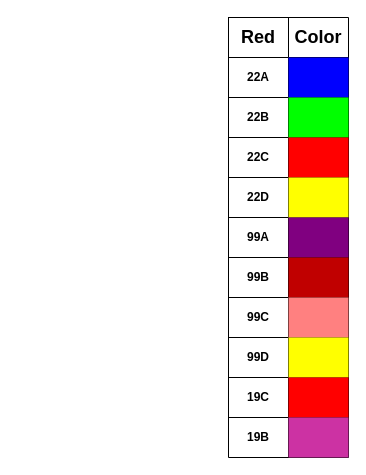
Above: Simbologia.drawio in williamm6891/Actividad_HV (draw.io), before the change. Source tidied: cells renumbered, new cells numbered last; positions are measured from the earlier drawing's top-left corner, leaving out a move shared by most shapes. Both pictures are drawn from the tidied source at 100%, with x=0, y=0 at pixel (228, 17).
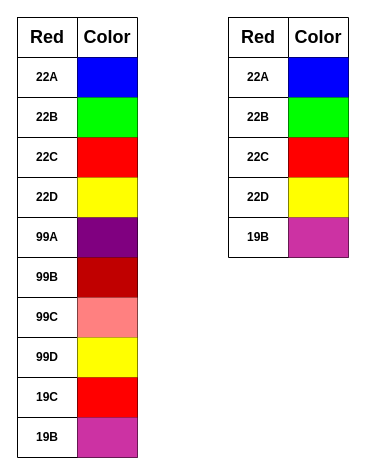
After the change.

Change to the diagram source:
```diff
@@
     <mxCell id="2" style="shape=table;startSize=0;childLayout=tableLayout;" parent="1" vertex="1">
-      <mxGeometry width="120" height="440" as="geometry" />
+      <mxGeometry width="120" height="240" as="geometry" />
     </mxCell>
@@
+    <mxCell id="33" style="shape=tableRow;horizontal=0;startSize=0;swimlaneHead=0;swimlaneBody=0;strokeColor=inherit;top=0;left=0;bottom=0;right=0;fillColor=none;" parent="2" vertex="1">
+      <mxGeometry y="200" width="120" height="40" as="geometry" />
+    </mxCell>
+    <mxCell id="34" value="&lt;b&gt;19B&lt;/b&gt;" style="shape=partialRectangle;html=1;whiteSpace=wrap;strokeColor=inherit;overflow=hidden;fillColor=none;top=0;left=0;bottom=0;right=0;" parent="33" vertex="1">
+      <mxGeometry width="60" height="40" as="geometry" />
+    </mxCell>
+    <mxCell id="35" style="shape=partialRectangle;html=1;whiteSpace=wrap;strokeColor=inherit;overflow=hidden;fillColor=#cc32a3;top=0;left=0;bottom=0;right=0;" parent="33" vertex="1">
+      <mxGeometry x="60" width="60" height="40" as="geometry" />
+    </mxCell>
+    <mxCell id="36" style="shape=table;startSize=0;childLayout=tableLayout;" parent="1" vertex="1">
+      <mxGeometry x="-211" width="120" height="440" as="geometry" />
+    </mxCell>
+    <mxCell id="37" style="shape=tableRow;horizontal=0;startSize=0;swimlaneHead=0;swimlaneBody=0;strokeColor=inherit;top=0;left=0;bottom=0;right=0;fillColor=none;" parent="36" vertex="1">
+      <mxGeometry width="120" height="40" as="geometry" />
+    </mxCell>
+    <mxCell id="38" value="&lt;font style=&quot;font-size: 18px;&quot;&gt;&lt;b&gt;Red&lt;/b&gt;&lt;/font&gt;" style="shape=partialRectangle;html=1;whiteSpace=wrap;strokeColor=inherit;overflow=hidden;fillColor=none;top=0;left=0;bottom=0;right=0;" parent="37" vertex="1">
+      <mxGeometry width="60" height="40" as="geometry" />
+    </mxCell>
+    <mxCell id="39" value="&lt;b&gt;&lt;font style=&quot;font-size: 18px;&quot;&gt;Color&lt;/font&gt;&lt;/b&gt;" style="shape=partialRectangle;html=1;whiteSpace=wrap;strokeColor=inherit;overflow=hidden;fillColor=none;top=0;left=0;bottom=0;right=0;" parent="37" vertex="1">
+      <mxGeometry x="60" width="60" height="40" as="geometry" />
+    </mxCell>
+    <mxCell id="40" style="shape=tableRow;horizontal=0;startSize=0;swimlaneHead=0;swimlaneBody=0;strokeColor=inherit;top=0;left=0;bottom=0;right=0;fillColor=none;" parent="36" vertex="1">
+      <mxGeometry y="40" width="120" height="40" as="geometry" />
+    </mxCell>
+    <mxCell id="41" value="&lt;b&gt;22A&lt;/b&gt;" style="shape=partialRectangle;html=1;whiteSpace=wrap;strokeColor=inherit;overflow=hidden;fillColor=none;top=0;left=0;bottom=0;right=0;" parent="40" vertex="1">
+      <mxGeometry width="60" height="40" as="geometry" />
+    </mxCell>
+    <mxCell id="42" style="shape=partialRectangle;html=1;whiteSpace=wrap;strokeColor=inherit;overflow=hidden;fillColor=#0000ff;top=0;left=0;bottom=0;right=0;fillStyle=solid;" parent="40" vertex="1">
+      <mxGeometry x="60" width="60" height="40" as="geometry" />
+    </mxCell>
+    <mxCell id="43" style="shape=tableRow;horizontal=0;startSize=0;swimlaneHead=0;swimlaneBody=0;strokeColor=inherit;top=0;left=0;bottom=0;right=0;fillColor=none;" parent="36" vertex="1">
+      <mxGeometry y="80" width="120" height="40" as="geometry" />
+    </mxCell>
+    <mxCell id="44" value="&lt;b&gt;22B&lt;/b&gt;" style="shape=partialRectangle;html=1;whiteSpace=wrap;strokeColor=inherit;overflow=hidden;fillColor=none;top=0;left=0;bottom=0;right=0;" parent="43" vertex="1">
+      <mxGeometry width="60" height="40" as="geometry" />
+    </mxCell>
+    <mxCell id="45" style="shape=partialRectangle;html=1;whiteSpace=wrap;strokeColor=inherit;overflow=hidden;fillColor=#00ff00;top=0;left=0;bottom=0;right=0;" parent="43" vertex="1">
+      <mxGeometry x="60" width="60" height="40" as="geometry" />
+    </mxCell>
+    <mxCell id="46" style="shape=tableRow;horizontal=0;startSize=0;swimlaneHead=0;swimlaneBody=0;strokeColor=inherit;top=0;left=0;bottom=0;right=0;fillColor=none;" parent="36" vertex="1">
+      <mxGeometry y="120" width="120" height="40" as="geometry" />
+    </mxCell>
+    <mxCell id="47" value="&lt;b&gt;22C&lt;/b&gt;" style="shape=partialRectangle;html=1;whiteSpace=wrap;strokeColor=inherit;overflow=hidden;fillColor=none;top=0;left=0;bottom=0;right=0;" parent="46" vertex="1">
+      <mxGeometry width="60" height="40" as="geometry" />
+    </mxCell>
+    <mxCell id="48" style="shape=partialRectangle;html=1;whiteSpace=wrap;strokeColor=inherit;overflow=hidden;fillColor=#ff0000;top=0;left=0;bottom=0;right=0;" parent="46" vertex="1">
+      <mxGeometry x="60" width="60" height="40" as="geometry" />
+    </mxCell>
+    <mxCell id="49" style="shape=tableRow;horizontal=0;startSize=0;swimlaneHead=0;swimlaneBody=0;strokeColor=inherit;top=0;left=0;bottom=0;right=0;fillColor=none;" parent="36" vertex="1">
+      <mxGeometry y="160" width="120" height="40" as="geometry" />
+    </mxCell>
+    <mxCell id="50" value="&lt;b&gt;22D&lt;/b&gt;" style="shape=partialRectangle;html=1;whiteSpace=wrap;strokeColor=inherit;overflow=hidden;fillColor=none;top=0;left=0;bottom=0;right=0;" parent="49" vertex="1">
+      <mxGeometry width="60" height="40" as="geometry" />
+    </mxCell>
+    <mxCell id="51" style="shape=partialRectangle;html=1;whiteSpace=wrap;strokeColor=inherit;overflow=hidden;fillColor=#ffff00;top=0;left=0;bottom=0;right=0;" parent="49" vertex="1">
+      <mxGeometry x="60" width="60" height="40" as="geometry" />
+    </mxCell>
-    <mxCell id="18" style="shape=tableRow;horizontal=0;startSize=0;swimlaneHead=0;swimlaneBody=0;strokeColor=inherit;top=0;left=0;bottom=0;right=0;fillColor=none;" parent="2" vertex="1">
+    <mxCell id="18" style="shape=tableRow;horizontal=0;startSize=0;swimlaneHead=0;swimlaneBody=0;strokeColor=inherit;top=0;left=0;bottom=0;right=0;fillColor=none;" parent="36" vertex="1">
       <mxGeometry y="200" width="120" height="40" as="geometry" />
     </mxCell>
@@
-    <mxCell id="21" style="shape=tableRow;horizontal=0;startSize=0;swimlaneHead=0;swimlaneBody=0;strokeColor=inherit;top=0;left=0;bottom=0;right=0;fillColor=none;" parent="2" vertex="1">
+    <mxCell id="21" style="shape=tableRow;horizontal=0;startSize=0;swimlaneHead=0;swimlaneBody=0;strokeColor=inherit;top=0;left=0;bottom=0;right=0;fillColor=none;" parent="36" vertex="1">
       <mxGeometry y="240" width="120" height="40" as="geometry" />
     </mxCell>
@@
-    <mxCell id="24" style="shape=tableRow;horizontal=0;startSize=0;swimlaneHead=0;swimlaneBody=0;strokeColor=inherit;top=0;left=0;bottom=0;right=0;fillColor=none;" parent="2" vertex="1">
+    <mxCell id="24" style="shape=tableRow;horizontal=0;startSize=0;swimlaneHead=0;swimlaneBody=0;strokeColor=inherit;top=0;left=0;bottom=0;right=0;fillColor=none;" parent="36" vertex="1">
       <mxGeometry y="280" width="120" height="40" as="geometry" />
     </mxCell>
@@
-    <mxCell id="27" style="shape=tableRow;horizontal=0;startSize=0;swimlaneHead=0;swimlaneBody=0;strokeColor=inherit;top=0;left=0;bottom=0;right=0;fillColor=none;" parent="2" vertex="1">
+    <mxCell id="27" style="shape=tableRow;horizontal=0;startSize=0;swimlaneHead=0;swimlaneBody=0;strokeColor=inherit;top=0;left=0;bottom=0;right=0;fillColor=none;" parent="36" vertex="1">
       <mxGeometry y="320" width="120" height="40" as="geometry" />
     </mxCell>
@@
-    <mxCell id="29" style="shape=partialRectangle;html=1;whiteSpace=wrap;strokeColor=inherit;overflow=hidden;fillColor=#ffff00;top=0;left=0;bottom=0;right=0;" parent="27" vertex="1">
-      <mxGeometry x="60" width="60" height="40" as="geometry" />
-    </mxCell>
+    <mxCell id="52" style="shape=partialRectangle;html=1;whiteSpace=wrap;strokeColor=inherit;overflow=hidden;fillColor=#ffff00;top=0;left=0;bottom=0;right=0;" parent="27" vertex="1">
+      <mxGeometry x="60" width="60" height="40" as="geometry" />
+    </mxCell>
-    <mxCell id="30" style="shape=tableRow;horizontal=0;startSize=0;swimlaneHead=0;swimlaneBody=0;strokeColor=inherit;top=0;left=0;bottom=0;right=0;fillColor=none;" parent="2" vertex="1">
+    <mxCell id="30" style="shape=tableRow;horizontal=0;startSize=0;swimlaneHead=0;swimlaneBody=0;strokeColor=inherit;top=0;left=0;bottom=0;right=0;fillColor=none;" parent="36" vertex="1">
       <mxGeometry y="360" width="120" height="40" as="geometry" />
     </mxCell>
@@
-    <mxCell id="32" style="shape=partialRectangle;html=1;whiteSpace=wrap;strokeColor=inherit;overflow=hidden;fillColor=#ff0000;top=0;left=0;bottom=0;right=0;" parent="30" vertex="1">
-      <mxGeometry x="60" width="60" height="40" as="geometry" />
-    </mxCell>
-    <mxCell id="33" style="shape=tableRow;horizontal=0;startSize=0;swimlaneHead=0;swimlaneBody=0;strokeColor=inherit;top=0;left=0;bottom=0;right=0;fillColor=none;" parent="2" vertex="1">
-      <mxGeometry y="400" width="120" height="40" as="geometry" />
-    </mxCell>
-    <mxCell id="34" value="&lt;b&gt;19B&lt;/b&gt;" style="shape=partialRectangle;html=1;whiteSpace=wrap;strokeColor=inherit;overflow=hidden;fillColor=none;top=0;left=0;bottom=0;right=0;" parent="33" vertex="1">
-      <mxGeometry width="60" height="40" as="geometry" />
-    </mxCell>
-    <mxCell id="35" style="shape=partialRectangle;html=1;whiteSpace=wrap;strokeColor=inherit;overflow=hidden;fillColor=#cc32a3;top=0;left=0;bottom=0;right=0;" parent="33" vertex="1">
-      <mxGeometry x="60" width="60" height="40" as="geometry" />
-    </mxCell>
+    <mxCell id="53" style="shape=partialRectangle;html=1;whiteSpace=wrap;strokeColor=inherit;overflow=hidden;fillColor=#ff0000;top=0;left=0;bottom=0;right=0;" parent="30" vertex="1">
+      <mxGeometry x="60" width="60" height="40" as="geometry" />
+    </mxCell>
+    <mxCell id="54" style="shape=tableRow;horizontal=0;startSize=0;swimlaneHead=0;swimlaneBody=0;strokeColor=inherit;top=0;left=0;bottom=0;right=0;fillColor=none;" parent="36" vertex="1">
+      <mxGeometry y="400" width="120" height="40" as="geometry" />
+    </mxCell>
+    <mxCell id="55" value="&lt;b&gt;19B&lt;/b&gt;" style="shape=partialRectangle;html=1;whiteSpace=wrap;strokeColor=inherit;overflow=hidden;fillColor=none;top=0;left=0;bottom=0;right=0;" parent="54" vertex="1">
+      <mxGeometry width="60" height="40" as="geometry" />
+    </mxCell>
+    <mxCell id="56" style="shape=partialRectangle;html=1;whiteSpace=wrap;strokeColor=inherit;overflow=hidden;fillColor=#cc32a3;top=0;left=0;bottom=0;right=0;" parent="54" vertex="1">
+      <mxGeometry x="60" width="60" height="40" as="geometry" />
+    </mxCell>
```
